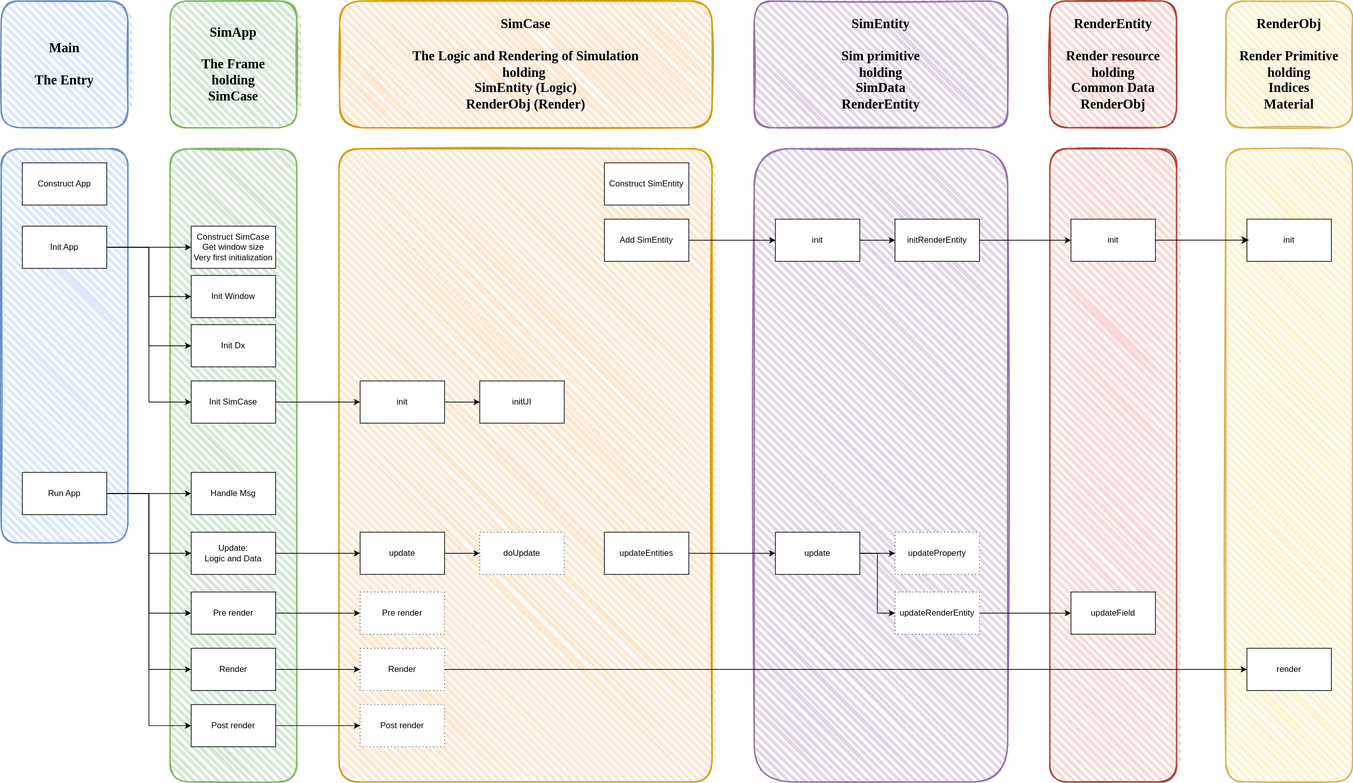
The draw.io diagram doc/SimFactory.svg in MarshalLeeeeee/SimFactory, before a commit. Source tidied: cells renumbered, new cells last; positions are measured from the earlier drawing's top-left corner, leaving out a move shared by most shapes.
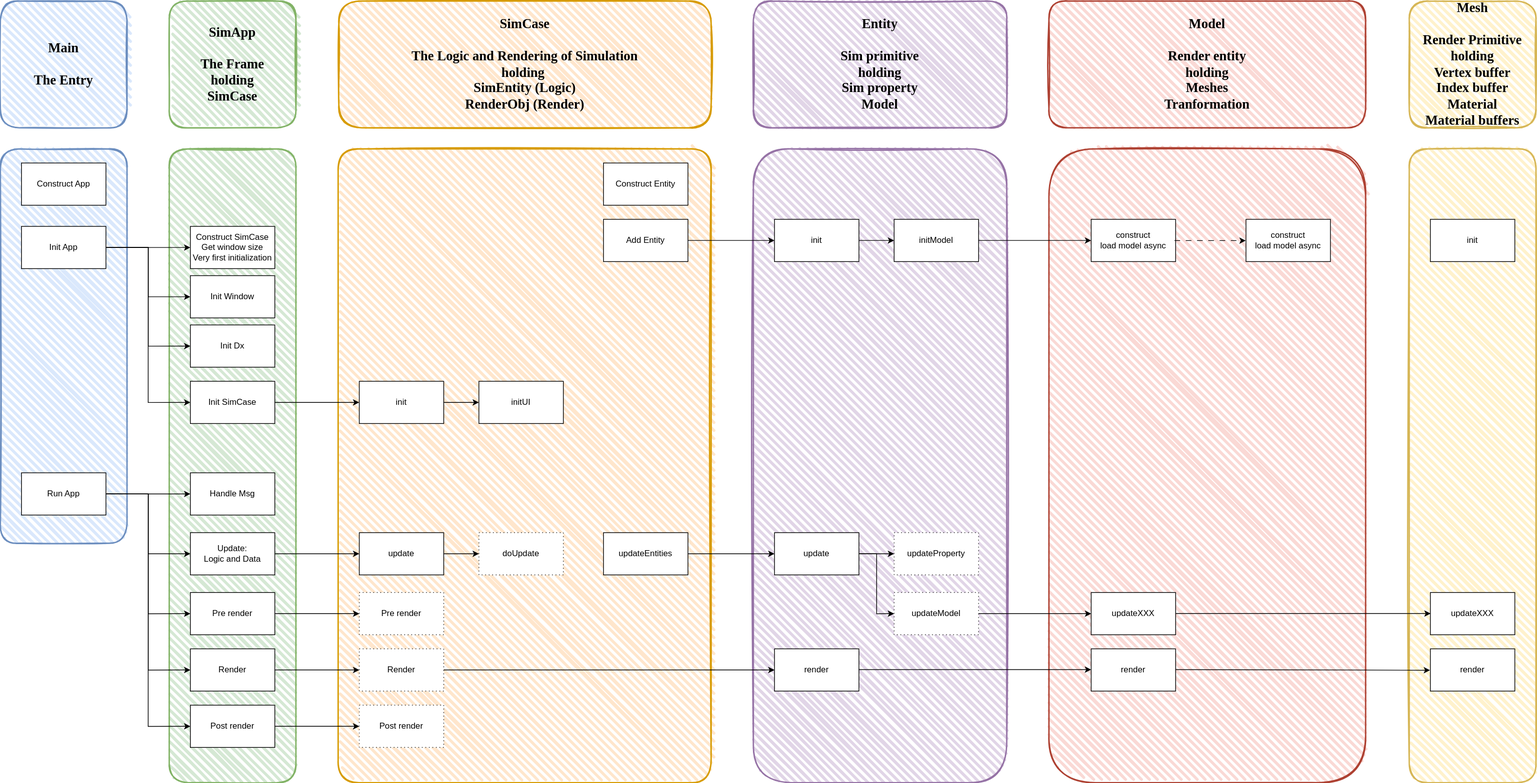
After the change.

Commit message:
Mod: update doc graph

What changed in the source:
```diff
@@ -3,10 +3,10 @@
     <mxCell id="0" />
     <mxCell id="1" parent="0" />
     <mxCell id="2" style="rounded=1;whiteSpace=wrap;html=1;strokeWidth=2;fillWeight=4;hachureGap=8;hachureAngle=45;fillColor=#fad9d5;sketch=1;strokeColor=#ae4132;" parent="1" vertex="1">
-      <mxGeometry x="1490" y="210" width="180" height="900" as="geometry" />
+      <mxGeometry x="1490" y="210" width="450" height="900" as="geometry" />
     </mxCell>
     <mxCell id="3" style="rounded=1;whiteSpace=wrap;html=1;strokeWidth=2;fillWeight=4;hachureGap=8;hachureAngle=45;fillColor=#fff2cc;sketch=1;strokeColor=#d6b656;" parent="1" vertex="1">
-      <mxGeometry x="1740" y="210" width="180" height="900" as="geometry" />
+      <mxGeometry x="2002" y="210" width="180" height="900" as="geometry" />
     </mxCell>
     <mxCell id="4" style="rounded=1;whiteSpace=wrap;html=1;strokeWidth=2;fillWeight=4;hachureGap=8;hachureAngle=45;fillColor=#e1d5e7;sketch=1;strokeColor=#9673a6;" parent="1" vertex="1">
       <mxGeometry x="1070" y="210" width="360" height="900" as="geometry" />
@@ -131,13 +131,13 @@
     <mxCell id="44" value="&lt;font style=&quot;font-size: 19px;&quot; face=&quot;Comic Sans MS&quot;&gt;&lt;b style=&quot;&quot;&gt;SimCase&lt;/b&gt;&lt;/font&gt;&lt;div&gt;&lt;font style=&quot;font-size: 19px;&quot; face=&quot;Comic Sans MS&quot;&gt;&lt;b style=&quot;&quot;&gt;&lt;br&gt;&lt;/b&gt;&lt;/font&gt;&lt;/div&gt;&lt;div&gt;&lt;font style=&quot;font-size: 19px;&quot; face=&quot;Comic Sans MS&quot;&gt;&lt;b style=&quot;&quot;&gt;The Logic and Rendering of Simulation&lt;/b&gt;&lt;/font&gt;&lt;/div&gt;&lt;div&gt;&lt;font style=&quot;font-size: 19px;&quot; face=&quot;Comic Sans MS&quot;&gt;&lt;b style=&quot;&quot;&gt;holding&amp;nbsp;&lt;/b&gt;&lt;/font&gt;&lt;/div&gt;&lt;div&gt;&lt;font face=&quot;Comic Sans MS&quot;&gt;&lt;span style=&quot;font-size: 19px;&quot;&gt;&lt;b&gt;SimEntity (Logic)&lt;/b&gt;&lt;/span&gt;&lt;/font&gt;&lt;/div&gt;&lt;div&gt;&lt;font face=&quot;Comic Sans MS&quot;&gt;&lt;span style=&quot;font-size: 19px;&quot;&gt;&lt;b&gt;RenderObj (Render)&lt;/b&gt;&lt;/span&gt;&lt;/font&gt;&lt;/div&gt;" style="rounded=1;whiteSpace=wrap;html=1;strokeWidth=2;fillWeight=4;hachureGap=8;hachureAngle=45;fillColor=#ffe6cc;sketch=1;strokeColor=#d79b00;arcSize=18;" parent="1" vertex="1">
       <mxGeometry x="481" width="529" height="180" as="geometry" />
     </mxCell>
-    <mxCell id="45" value="Construct SimEntity" style="rounded=0;whiteSpace=wrap;html=1;" parent="1" vertex="1">
+    <mxCell id="45" value="Construct Entity" style="rounded=0;whiteSpace=wrap;html=1;" parent="1" vertex="1">
       <mxGeometry x="857" y="230" width="120" height="60" as="geometry" />
     </mxCell>
     <mxCell id="46" style="edgeStyle=orthogonalEdgeStyle;rounded=0;jettySize=auto;html=1;exitX=1;exitY=0.5;exitDx=0;exitDy=0;entryX=0;entryY=0.5;entryDx=0;entryDy=0;" parent="1" edge="1" source="47" target="49">
       <mxGeometry relative="1" as="geometry" />
     </mxCell>
-    <mxCell id="47" value="Add SimEntity" style="rounded=0;whiteSpace=wrap;html=1;" parent="1" vertex="1">
+    <mxCell id="47" value="Add Entity" style="rounded=0;whiteSpace=wrap;html=1;" parent="1" vertex="1">
       <mxGeometry x="857" y="310" width="120" height="60" as="geometry" />
     </mxCell>
     <mxCell id="48" style="edgeStyle=orthogonalEdgeStyle;rounded=0;jettySize=auto;html=1;exitX=1;exitY=0.5;exitDx=0;exitDy=0;entryX=0;entryY=0.5;entryDx=0;entryDy=0;" parent="1" edge="1" source="49" target="64">
@@ -146,14 +146,14 @@
     <mxCell id="49" value="init" style="rounded=0;whiteSpace=wrap;html=1;" parent="1" vertex="1">
       <mxGeometry x="1100" y="310" width="120" height="60" as="geometry" />
     </mxCell>
-    <mxCell id="50" value="init" style="rounded=0;whiteSpace=wrap;html=1;" parent="1" vertex="1">
-      <mxGeometry x="1520" y="310" width="120" height="60" as="geometry" />
+    <mxCell id="50" value="construct&lt;div&gt;load model async&lt;/div&gt;" style="rounded=0;whiteSpace=wrap;html=1;" parent="1" vertex="1">
+      <mxGeometry x="1550" y="310" width="120" height="60" as="geometry" />
     </mxCell>
-    <mxCell id="51" value="&lt;font style=&quot;font-size: 19px;&quot; face=&quot;Comic Sans MS&quot;&gt;&lt;b style=&quot;&quot;&gt;SimEntity&lt;/b&gt;&lt;/font&gt;&lt;div&gt;&lt;font style=&quot;font-size: 19px;&quot; face=&quot;Comic Sans MS&quot;&gt;&lt;b style=&quot;&quot;&gt;&lt;br&gt;&lt;/b&gt;&lt;/font&gt;&lt;/div&gt;&lt;div&gt;&lt;font style=&quot;font-size: 19px;&quot; face=&quot;Comic Sans MS&quot;&gt;&lt;b style=&quot;&quot;&gt;Sim&lt;/b&gt;&lt;/font&gt;&lt;b style=&quot;background-color: transparent; color: light-dark(rgb(0, 0, 0), rgb(255, 255, 255)); font-size: 19px; font-family: &amp;quot;Comic Sans MS&amp;quot;;&quot;&gt;&amp;nbsp;primitive&lt;/b&gt;&lt;/div&gt;&lt;div&gt;&lt;font style=&quot;font-size: 19px;&quot; face=&quot;Comic Sans MS&quot;&gt;&lt;b style=&quot;&quot;&gt;holding&lt;/b&gt;&lt;/font&gt;&lt;/div&gt;&lt;div&gt;&lt;font face=&quot;Comic Sans MS&quot;&gt;&lt;span style=&quot;font-size: 19px;&quot;&gt;&lt;b&gt;SimData&lt;/b&gt;&lt;/span&gt;&lt;/font&gt;&lt;/div&gt;&lt;div&gt;&lt;font face=&quot;Comic Sans MS&quot;&gt;&lt;span style=&quot;font-size: 19px;&quot;&gt;&lt;b&gt;RenderEntity&lt;/b&gt;&lt;/span&gt;&lt;/font&gt;&lt;/div&gt;" style="rounded=1;whiteSpace=wrap;html=1;strokeWidth=2;fillWeight=4;hachureGap=8;hachureAngle=45;fillColor=#e1d5e7;sketch=1;strokeColor=#9673a6;" parent="1" vertex="1">
+    <mxCell id="51" value="&lt;font style=&quot;font-size: 19px;&quot; face=&quot;Comic Sans MS&quot;&gt;&lt;b style=&quot;&quot;&gt;Entity&lt;/b&gt;&lt;/font&gt;&lt;div&gt;&lt;font style=&quot;font-size: 19px;&quot; face=&quot;Comic Sans MS&quot;&gt;&lt;b style=&quot;&quot;&gt;&lt;br&gt;&lt;/b&gt;&lt;/font&gt;&lt;/div&gt;&lt;div&gt;&lt;font style=&quot;font-size: 19px;&quot; face=&quot;Comic Sans MS&quot;&gt;&lt;b style=&quot;&quot;&gt;Sim&lt;/b&gt;&lt;/font&gt;&lt;b style=&quot;background-color: transparent; color: light-dark(rgb(0, 0, 0), rgb(255, 255, 255)); font-size: 19px; font-family: &amp;quot;Comic Sans MS&amp;quot;;&quot;&gt;&amp;nbsp;primitive&lt;/b&gt;&lt;/div&gt;&lt;div&gt;&lt;font style=&quot;font-size: 19px;&quot; face=&quot;Comic Sans MS&quot;&gt;&lt;b style=&quot;&quot;&gt;holding&lt;/b&gt;&lt;/font&gt;&lt;/div&gt;&lt;div&gt;&lt;font face=&quot;Comic Sans MS&quot;&gt;&lt;span style=&quot;font-size: 19px;&quot;&gt;&lt;b&gt;Sim property&lt;/b&gt;&lt;/span&gt;&lt;/font&gt;&lt;/div&gt;&lt;div&gt;&lt;font face=&quot;Comic Sans MS&quot;&gt;&lt;span style=&quot;font-size: 19px;&quot;&gt;&lt;b&gt;Model&lt;/b&gt;&lt;/span&gt;&lt;/font&gt;&lt;/div&gt;" style="rounded=1;whiteSpace=wrap;html=1;strokeWidth=2;fillWeight=4;hachureGap=8;hachureAngle=45;fillColor=#e1d5e7;sketch=1;strokeColor=#9673a6;" parent="1" vertex="1">
       <mxGeometry x="1070" width="360" height="180" as="geometry" />
     </mxCell>
-    <mxCell id="52" value="&lt;font style=&quot;font-size: 19px;&quot; face=&quot;Comic Sans MS&quot;&gt;&lt;b style=&quot;&quot;&gt;RenderEntity&lt;/b&gt;&lt;/font&gt;&lt;div&gt;&lt;font style=&quot;font-size: 19px;&quot; face=&quot;Comic Sans MS&quot;&gt;&lt;b style=&quot;&quot;&gt;&lt;br&gt;&lt;/b&gt;&lt;/font&gt;&lt;/div&gt;&lt;div&gt;&lt;b style=&quot;background-color: transparent; color: light-dark(rgb(0, 0, 0), rgb(255, 255, 255)); font-size: 19px; font-family: &amp;quot;Comic Sans MS&amp;quot;;&quot;&gt;Render resource&lt;/b&gt;&lt;/div&gt;&lt;div&gt;&lt;font style=&quot;font-size: 19px;&quot; face=&quot;Comic Sans MS&quot;&gt;&lt;b style=&quot;&quot;&gt;holding&lt;/b&gt;&lt;/font&gt;&lt;/div&gt;&lt;div&gt;&lt;font face=&quot;Comic Sans MS&quot;&gt;&lt;span style=&quot;font-size: 19px;&quot;&gt;&lt;b&gt;Common Data&lt;/b&gt;&lt;/span&gt;&lt;/font&gt;&lt;/div&gt;&lt;div&gt;&lt;font face=&quot;Comic Sans MS&quot;&gt;&lt;span style=&quot;font-size: 19px;&quot;&gt;&lt;b&gt;RenderObj&lt;/b&gt;&lt;/span&gt;&lt;/font&gt;&lt;/div&gt;" style="rounded=1;whiteSpace=wrap;html=1;strokeWidth=2;fillWeight=4;hachureGap=8;hachureAngle=45;fillColor=#fad9d5;sketch=1;strokeColor=#ae4132;" parent="1" vertex="1">
-      <mxGeometry x="1490" width="180" height="180" as="geometry" />
+    <mxCell id="52" value="&lt;font face=&quot;Comic Sans MS&quot;&gt;&lt;span style=&quot;font-size: 19px;&quot;&gt;&lt;b&gt;Model&lt;/b&gt;&lt;/span&gt;&lt;/font&gt;&lt;br&gt;&lt;div&gt;&lt;font style=&quot;font-size: 19px;&quot; face=&quot;Comic Sans MS&quot;&gt;&lt;b style=&quot;&quot;&gt;&lt;br&gt;&lt;/b&gt;&lt;/font&gt;&lt;/div&gt;&lt;div&gt;&lt;b style=&quot;background-color: transparent; color: light-dark(rgb(0, 0, 0), rgb(255, 255, 255)); font-size: 19px; font-family: &amp;quot;Comic Sans MS&amp;quot;;&quot;&gt;Render entity&lt;/b&gt;&lt;/div&gt;&lt;div&gt;&lt;font style=&quot;font-size: 19px;&quot; face=&quot;Comic Sans MS&quot;&gt;&lt;b style=&quot;&quot;&gt;holding&lt;/b&gt;&lt;/font&gt;&lt;/div&gt;&lt;div&gt;&lt;font face=&quot;Comic Sans MS&quot;&gt;&lt;span style=&quot;font-size: 19px;&quot;&gt;&lt;b&gt;Meshes&lt;/b&gt;&lt;/span&gt;&lt;/font&gt;&lt;/div&gt;&lt;div&gt;&lt;font face=&quot;Comic Sans MS&quot;&gt;&lt;span style=&quot;font-size: 19px;&quot;&gt;&lt;b&gt;Tranformation&lt;/b&gt;&lt;/span&gt;&lt;/font&gt;&lt;/div&gt;" style="rounded=1;whiteSpace=wrap;html=1;strokeWidth=2;fillWeight=4;hachureGap=8;hachureAngle=45;fillColor=#fad9d5;sketch=1;strokeColor=#ae4132;" parent="1" vertex="1">
+      <mxGeometry x="1490" width="450" height="180" as="geometry" />
     </mxCell>
     <mxCell id="53" style="edgeStyle=orthogonalEdgeStyle;rounded=0;jettySize=auto;html=1;exitX=1;exitY=0.5;exitDx=0;exitDy=0;entryX=0;entryY=0.5;entryDx=0;entryDy=0;" parent="1" edge="1" source="54" target="57">
       <mxGeometry relative="1" as="geometry" />
@@ -179,7 +179,7 @@
     <mxCell id="60" style="edgeStyle=orthogonalEdgeStyle;rounded=0;jettySize=auto;html=1;exitX=1;exitY=0.5;exitDx=0;exitDy=0;entryX=0;entryY=0.5;entryDx=0;entryDy=0;" parent="1" edge="1" source="61" target="65">
       <mxGeometry relative="1" as="geometry" />
     </mxCell>
-    <mxCell id="61" value="updateRenderEntity" style="rounded=0;whiteSpace=wrap;html=1;dashed=1;dashPattern=1 4;" parent="1" vertex="1">
+    <mxCell id="61" value="updateModel" style="rounded=0;whiteSpace=wrap;html=1;dashed=1;dashPattern=1 4;" parent="1" vertex="1">
       <mxGeometry x="1270" y="840" width="120" height="60" as="geometry" />
     </mxCell>
     <mxCell id="62" value="initUI" style="rounded=0;whiteSpace=wrap;html=1;" parent="1" vertex="1">
@@ -188,23 +188,44 @@
     <mxCell id="63" style="edgeStyle=orthogonalEdgeStyle;rounded=0;jettySize=auto;html=1;exitX=1;exitY=0.5;exitDx=0;exitDy=0;entryX=0;entryY=0.5;entryDx=0;entryDy=0;" parent="1" edge="1" source="64" target="50">
       <mxGeometry relative="1" as="geometry" />
     </mxCell>
-    <mxCell id="64" value="initRenderEntity" style="rounded=0;whiteSpace=wrap;html=1;" parent="1" vertex="1">
+    <mxCell id="64" value="initModel" style="rounded=0;whiteSpace=wrap;html=1;" parent="1" vertex="1">
       <mxGeometry x="1270" y="310" width="120" height="60" as="geometry" />
     </mxCell>
-    <mxCell id="65" value="updateField" style="rounded=0;whiteSpace=wrap;html=1;" parent="1" vertex="1">
-      <mxGeometry x="1520" y="840" width="120" height="60" as="geometry" />
+    <mxCell id="65" value="updateXXX" style="rounded=0;whiteSpace=wrap;html=1;" parent="1" vertex="1">
+      <mxGeometry x="1550" y="840" width="120" height="60" as="geometry" />
     </mxCell>
-    <mxCell id="66" value="&lt;font face=&quot;Comic Sans MS&quot;&gt;&lt;span style=&quot;font-size: 19px;&quot;&gt;&lt;b&gt;RenderObj&lt;/b&gt;&lt;/span&gt;&lt;/font&gt;&lt;div&gt;&lt;font face=&quot;Comic Sans MS&quot;&gt;&lt;span style=&quot;font-size: 19px;&quot;&gt;&lt;b&gt;&lt;br&gt;&lt;/b&gt;&lt;/span&gt;&lt;/font&gt;&lt;/div&gt;&lt;div&gt;&lt;font face=&quot;Comic Sans MS&quot;&gt;&lt;span style=&quot;font-size: 19px;&quot;&gt;&lt;b&gt;Render Primitive&lt;/b&gt;&lt;/span&gt;&lt;/font&gt;&lt;/div&gt;&lt;div&gt;&lt;font face=&quot;Comic Sans MS&quot;&gt;&lt;span style=&quot;font-size: 19px;&quot;&gt;&lt;b&gt;holding&lt;/b&gt;&lt;/span&gt;&lt;/font&gt;&lt;/div&gt;&lt;div&gt;&lt;font face=&quot;Comic Sans MS&quot;&gt;&lt;span style=&quot;font-size: 19px;&quot;&gt;&lt;b&gt;Indices&lt;/b&gt;&lt;/span&gt;&lt;/font&gt;&lt;/div&gt;&lt;div&gt;&lt;font face=&quot;Comic Sans MS&quot;&gt;&lt;span style=&quot;font-size: 19px;&quot;&gt;&lt;b&gt;Material&lt;/b&gt;&lt;/span&gt;&lt;/font&gt;&lt;/div&gt;" style="rounded=1;whiteSpace=wrap;html=1;strokeWidth=2;fillWeight=4;hachureGap=8;hachureAngle=45;fillColor=#fff2cc;sketch=1;strokeColor=#d6b656;" parent="1" vertex="1">
-      <mxGeometry x="1740" width="180" height="180" as="geometry" />
+    <mxCell id="66" value="&lt;font face=&quot;Comic Sans MS&quot;&gt;&lt;span style=&quot;font-size: 19px;&quot;&gt;&lt;b&gt;Mesh&lt;/b&gt;&lt;/span&gt;&lt;/font&gt;&lt;br&gt;&lt;div&gt;&lt;font face=&quot;Comic Sans MS&quot;&gt;&lt;span style=&quot;font-size: 19px;&quot;&gt;&lt;b&gt;&lt;br&gt;&lt;/b&gt;&lt;/span&gt;&lt;/font&gt;&lt;/div&gt;&lt;div&gt;&lt;font face=&quot;Comic Sans MS&quot;&gt;&lt;span style=&quot;font-size: 19px;&quot;&gt;&lt;b&gt;Render Primitive&lt;/b&gt;&lt;/span&gt;&lt;/font&gt;&lt;/div&gt;&lt;div&gt;&lt;font face=&quot;Comic Sans MS&quot;&gt;&lt;span style=&quot;font-size: 19px;&quot;&gt;&lt;b&gt;holding&lt;/b&gt;&lt;/span&gt;&lt;/font&gt;&lt;/div&gt;&lt;div&gt;&lt;font face=&quot;Comic Sans MS&quot;&gt;&lt;span style=&quot;font-size: 19px;&quot;&gt;&lt;b&gt;Vertex buffer&lt;/b&gt;&lt;/span&gt;&lt;/font&gt;&lt;/div&gt;&lt;div&gt;&lt;font face=&quot;Comic Sans MS&quot;&gt;&lt;span style=&quot;font-size: 19px;&quot;&gt;&lt;b&gt;Index buffer&lt;/b&gt;&lt;/span&gt;&lt;/font&gt;&lt;/div&gt;&lt;div&gt;&lt;font face=&quot;Comic Sans MS&quot;&gt;&lt;span style=&quot;font-size: 19px;&quot;&gt;&lt;b&gt;Material&lt;/b&gt;&lt;/span&gt;&lt;/font&gt;&lt;/div&gt;&lt;div&gt;&lt;font face=&quot;Comic Sans MS&quot;&gt;&lt;span style=&quot;font-size: 19px;&quot;&gt;&lt;b&gt;Material buffers&lt;/b&gt;&lt;/span&gt;&lt;/font&gt;&lt;/div&gt;" style="rounded=1;whiteSpace=wrap;html=1;strokeWidth=2;fillWeight=4;hachureGap=8;hachureAngle=45;fillColor=#fff2cc;sketch=1;strokeColor=#d6b656;" parent="1" vertex="1">
+      <mxGeometry x="2002" width="180" height="180" as="geometry" />
     </mxCell>
     <mxCell id="67" value="render" style="rounded=0;whiteSpace=wrap;html=1;" parent="1" vertex="1">
-      <mxGeometry x="1770" y="920" width="120" height="60" as="geometry" />
+      <mxGeometry x="1100" y="920" width="120" height="60" as="geometry" />
     </mxCell>
     <mxCell id="68" value="init" style="rounded=0;whiteSpace=wrap;html=1;" parent="1" vertex="1">
-      <mxGeometry x="1770" y="310" width="120" height="60" as="geometry" />
+      <mxGeometry x="2032" y="310" width="120" height="60" as="geometry" />
     </mxCell>
-    <mxCell id="69" style="edgeStyle=elbowEdgeStyle;elbow=horizontal;endArrow=classic;html=1;curved=0;rounded=0;endSize=8;startSize=8;entryX=0.025;entryY=0.496;entryDx=0;entryDy=0;entryPerimeter=0;exitX=0.991;exitY=0.496;exitDx=0;exitDy=0;exitPerimeter=0;" parent="1" edge="1" source="50" target="68">
-      <mxGeometry relative="1" as="geometry" />
-    </mxCell>
+    <mxCell id="70" value="construct&lt;div&gt;load model async&lt;/div&gt;" style="rounded=0;whiteSpace=wrap;html=1;" parent="1" vertex="1">
+      <mxGeometry x="1770" y="310" width="120" height="60" as="geometry" />
+    </mxCell>
+    <mxCell id="71" style="endArrow=classic;html=1;rounded=0;entryX=-0.003;entryY=0.503;entryDx=0;entryDy=0;entryPerimeter=0;exitX=0.987;exitY=0.503;exitDx=0;exitDy=0;exitPerimeter=0;dashed=1;dashPattern=8 8;" parent="1" edge="1" source="50" target="70">
+      <mxGeometry relative="1" as="geometry" />
+    </mxCell>
+    <mxCell id="72" value="updateXXX" style="rounded=0;whiteSpace=wrap;html=1;" parent="1" vertex="1">
+      <mxGeometry x="2032" y="840" width="120" height="60" as="geometry" />
+    </mxCell>
+    <mxCell id="73" style="endArrow=classic;html=1;rounded=0;exitX=1.003;exitY=0.497;exitDx=0;exitDy=0;exitPerimeter=0;entryX=0.003;entryY=0.497;entryDx=0;entryDy=0;entryPerimeter=0;" parent="1" edge="1" source="65" target="72">
+      <mxGeometry relative="1" as="geometry" />
+    </mxCell>
+    <mxCell id="74" value="render" style="rounded=0;whiteSpace=wrap;html=1;" parent="1" vertex="1">
+      <mxGeometry x="1550" y="920" width="120" height="60" as="geometry" />
+    </mxCell>
+    <mxCell id="75" value="render" style="rounded=0;whiteSpace=wrap;html=1;" parent="1" vertex="1">
+      <mxGeometry x="2032" y="920" width="120" height="60" as="geometry" />
+    </mxCell>
+    <mxCell id="76" style="edgeStyle=orthogonalEdgeStyle;rounded=0;jettySize=auto;html=1;exitX=0.998;exitY=0.491;exitDx=0;exitDy=0;entryX=-0.001;entryY=0.491;entryDx=0;entryDy=0;exitPerimeter=0;entryPerimeter=0;" parent="1" edge="1" source="67" target="74">
+      <mxGeometry relative="1" as="geometry" />
+    </mxCell>
+    <mxCell id="77" style="endArrow=classic;html=1;rounded=0;exitX=1.002;exitY=0.491;exitDx=0;exitDy=0;exitPerimeter=0;entryX=-0.004;entryY=0.505;entryDx=0;entryDy=0;entryPerimeter=0;" parent="1" edge="1" source="74" target="75">
+      <mxGeometry relative="1" as="geometry" />
+    </mxCell>
   </root>
 </mxGraphModel>
```
